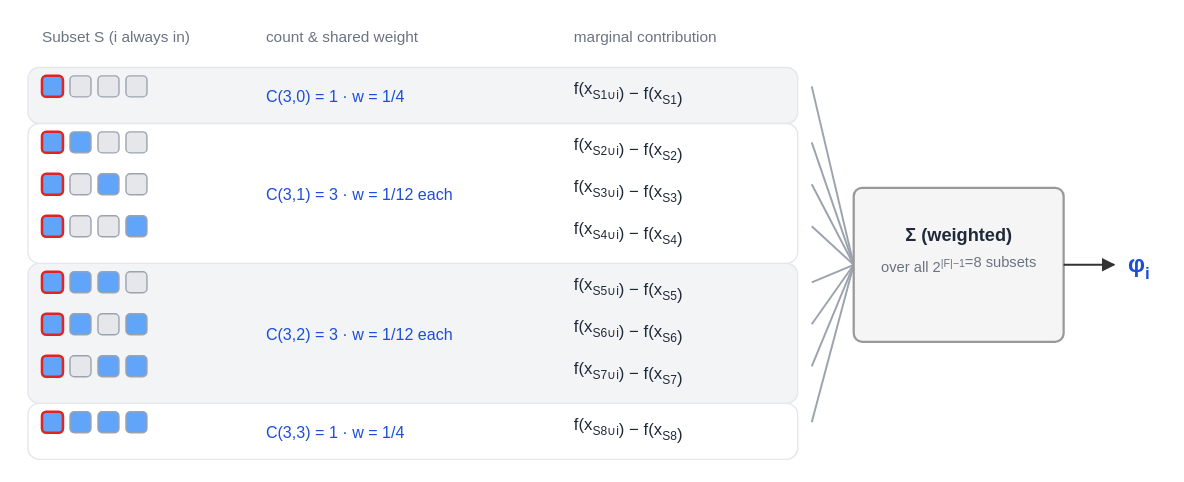
Before: posts/explaining-black-box-predictions/diagrams/shapley_sampling.drawio.svg, a diagram exported from draw.io (DMLF1/blog). Source tidied: cells renumbered, new cells last; positions are measured from the earlier drawing's top-left corner, leaving out a move shared by most shapes.
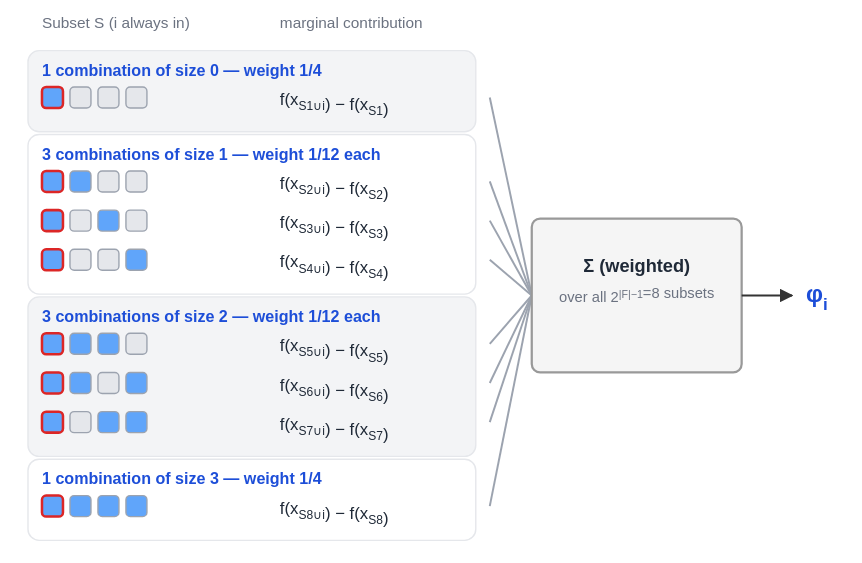
The same file after the commit.

Commit message:
Drop the sampling diagram's confusing middle column

What changed in the source:
```diff
@@ -3,223 +3,220 @@
     <mxCell id="0" />
     <mxCell id="1" parent="0" />
     <mxCell id="2" value="Subset S (i always in)" style="text;html=1;align=left;verticalAlign=middle;fontSize=11;fontColor=#6B7280;" parent="1" vertex="1">
-      <mxGeometry x="10" width="260" height="16" as="geometry" />
+      <mxGeometry x="10" y="-10" width="260" height="16" as="geometry" />
     </mxCell>
-    <mxCell id="3" value="count &amp; shared weight" style="text;html=1;align=left;verticalAlign=middle;fontSize=11;fontColor=#6B7280;" parent="1" vertex="1">
-      <mxGeometry x="170" width="260" height="16" as="geometry" />
+    <mxCell id="3" value="marginal contribution" style="text;html=1;align=left;verticalAlign=middle;fontSize=11;fontColor=#6B7280;" parent="1" vertex="1">
+      <mxGeometry x="180" y="-10" width="260" height="16" as="geometry" />
     </mxCell>
-    <mxCell id="4" value="marginal contribution" style="text;html=1;align=left;verticalAlign=middle;fontSize=11;fontColor=#6B7280;" parent="1" vertex="1">
-      <mxGeometry x="390" width="260" height="16" as="geometry" />
-    </mxCell>
     <mxCell id="5" style="rounded=1;whiteSpace=wrap;html=1;fillColor=#F3F4F6;strokeColor=#E5E7EB;" parent="1" vertex="1">
-      <mxGeometry y="34" width="550" height="40" as="geometry" />
+      <mxGeometry y="22" width="320" height="58" as="geometry" />
     </mxCell>
+    <mxCell id="66" value="1 combination of size 0 — weight 1/4" style="text;html=1;align=left;verticalAlign=middle;fontSize=11.5;fontColor=#1D4ED8;" parent="1" vertex="1">
+      <mxGeometry x="10" y="24" width="250" height="16" as="geometry" />
+    </mxCell>
     <mxCell id="6" style="rounded=1;whiteSpace=wrap;html=1;fillColor=#60A5FA;strokeColor=#DC2626;" parent="1" vertex="1">
-      <mxGeometry x="10" y="40" width="15" height="15" as="geometry" />
+      <mxGeometry x="10" y="48" width="15" height="15" as="geometry" />
     </mxCell>
     <mxCell id="7" style="rounded=1;whiteSpace=wrap;html=1;fillColor=#E5E7EB;strokeColor=#9CA3AF;" parent="1" vertex="1">
-      <mxGeometry x="30" y="40" width="15" height="15" as="geometry" />
+      <mxGeometry x="30" y="48" width="15" height="15" as="geometry" />
     </mxCell>
     <mxCell id="8" style="rounded=1;whiteSpace=wrap;html=1;fillColor=#E5E7EB;strokeColor=#9CA3AF;" parent="1" vertex="1">
-      <mxGeometry x="50" y="40" width="15" height="15" as="geometry" />
+      <mxGeometry x="50" y="48" width="15" height="15" as="geometry" />
     </mxCell>
     <mxCell id="9" style="rounded=1;whiteSpace=wrap;html=1;fillColor=#E5E7EB;strokeColor=#9CA3AF;" parent="1" vertex="1">
-      <mxGeometry x="70" y="40" width="15" height="15" as="geometry" />
+      <mxGeometry x="70" y="48" width="15" height="15" as="geometry" />
     </mxCell>
     <mxCell id="10" value="f(xS1∪i) − f(xS1)" style="text;html=1;align=left;verticalAlign=middle;fontSize=12;fontColor=#1F2937;" parent="1" vertex="1">
-      <mxGeometry x="390" y="37" width="320" height="16" as="geometry" />
+      <mxGeometry x="180" y="45" width="320" height="16" as="geometry" />
     </mxCell>
     <mxCell id="11" style="edgeStyle=none;html=1;strokeColor=#9CA3AF;strokeWidth=1.4;endArrow=none;" parent="1" edge="1">
       <mxGeometry relative="1" as="geometry">
-        <mxPoint x="560" y="47.5" as="sourcePoint" />
-        <mxPoint x="590" y="175" as="targetPoint" />
+        <mxPoint x="330" y="55.5" as="sourcePoint" />
+        <mxPoint x="360" y="197" as="targetPoint" />
       </mxGeometry>
     </mxCell>
-    <mxCell id="12" value="C(3,0) = 1 · w = 1/4" style="text;html=1;align=left;verticalAlign=middle;fontSize=11.5;fontColor=#1D4ED8;" parent="1" vertex="1">
-      <mxGeometry x="170" y="43" width="180" height="16" as="geometry" />
-    </mxCell>
     <mxCell id="13" style="rounded=1;whiteSpace=wrap;html=1;fillColor=#FFFFFF;strokeColor=#E5E7EB;" parent="1" vertex="1">
-      <mxGeometry y="74" width="550" height="100" as="geometry" />
+      <mxGeometry y="82" width="320" height="114" as="geometry" />
     </mxCell>
+    <mxCell id="67" value="3 combinations of size 1 — weight 1/12 each" style="text;html=1;align=left;verticalAlign=middle;fontSize=11.5;fontColor=#1D4ED8;" parent="1" vertex="1">
+      <mxGeometry x="10" y="84" width="250" height="16" as="geometry" />
+    </mxCell>
     <mxCell id="14" style="rounded=1;whiteSpace=wrap;html=1;fillColor=#60A5FA;strokeColor=#DC2626;" parent="1" vertex="1">
-      <mxGeometry x="10" y="80" width="15" height="15" as="geometry" />
+      <mxGeometry x="10" y="108" width="15" height="15" as="geometry" />
     </mxCell>
     <mxCell id="15" style="rounded=1;whiteSpace=wrap;html=1;fillColor=#60A5FA;strokeColor=#9CA3AF;" parent="1" vertex="1">
-      <mxGeometry x="30" y="80" width="15" height="15" as="geometry" />
+      <mxGeometry x="30" y="108" width="15" height="15" as="geometry" />
     </mxCell>
     <mxCell id="16" style="rounded=1;whiteSpace=wrap;html=1;fillColor=#E5E7EB;strokeColor=#9CA3AF;" parent="1" vertex="1">
-      <mxGeometry x="50" y="80" width="15" height="15" as="geometry" />
+      <mxGeometry x="50" y="108" width="15" height="15" as="geometry" />
     </mxCell>
     <mxCell id="17" style="rounded=1;whiteSpace=wrap;html=1;fillColor=#E5E7EB;strokeColor=#9CA3AF;" parent="1" vertex="1">
-      <mxGeometry x="70" y="80" width="15" height="15" as="geometry" />
+      <mxGeometry x="70" y="108" width="15" height="15" as="geometry" />
     </mxCell>
     <mxCell id="18" value="f(xS2∪i) − f(xS2)" style="text;html=1;align=left;verticalAlign=middle;fontSize=12;fontColor=#1F2937;" parent="1" vertex="1">
-      <mxGeometry x="390" y="77" width="320" height="16" as="geometry" />
+      <mxGeometry x="180" y="105" width="320" height="16" as="geometry" />
     </mxCell>
     <mxCell id="19" style="edgeStyle=none;html=1;strokeColor=#9CA3AF;strokeWidth=1.4;endArrow=none;" parent="1" edge="1">
       <mxGeometry relative="1" as="geometry">
-        <mxPoint x="560" y="87.5" as="sourcePoint" />
-        <mxPoint x="590" y="175" as="targetPoint" />
+        <mxPoint x="330" y="115.5" as="sourcePoint" />
+        <mxPoint x="360" y="197" as="targetPoint" />
       </mxGeometry>
     </mxCell>
     <mxCell id="20" style="rounded=1;whiteSpace=wrap;html=1;fillColor=#60A5FA;strokeColor=#DC2626;" parent="1" vertex="1">
-      <mxGeometry x="10" y="110" width="15" height="15" as="geometry" />
+      <mxGeometry x="10" y="136" width="15" height="15" as="geometry" />
     </mxCell>
     <mxCell id="21" style="rounded=1;whiteSpace=wrap;html=1;fillColor=#E5E7EB;strokeColor=#9CA3AF;" parent="1" vertex="1">
-      <mxGeometry x="30" y="110" width="15" height="15" as="geometry" />
+      <mxGeometry x="30" y="136" width="15" height="15" as="geometry" />
     </mxCell>
     <mxCell id="22" style="rounded=1;whiteSpace=wrap;html=1;fillColor=#60A5FA;strokeColor=#9CA3AF;" parent="1" vertex="1">
-      <mxGeometry x="50" y="110" width="15" height="15" as="geometry" />
+      <mxGeometry x="50" y="136" width="15" height="15" as="geometry" />
     </mxCell>
     <mxCell id="23" style="rounded=1;whiteSpace=wrap;html=1;fillColor=#E5E7EB;strokeColor=#9CA3AF;" parent="1" vertex="1">
-      <mxGeometry x="70" y="110" width="15" height="15" as="geometry" />
+      <mxGeometry x="70" y="136" width="15" height="15" as="geometry" />
     </mxCell>
     <mxCell id="24" value="f(xS3∪i) − f(xS3)" style="text;html=1;align=left;verticalAlign=middle;fontSize=12;fontColor=#1F2937;" parent="1" vertex="1">
-      <mxGeometry x="390" y="107" width="320" height="16" as="geometry" />
+      <mxGeometry x="180" y="133" width="320" height="16" as="geometry" />
     </mxCell>
     <mxCell id="25" style="edgeStyle=none;html=1;strokeColor=#9CA3AF;strokeWidth=1.4;endArrow=none;" parent="1" edge="1">
       <mxGeometry relative="1" as="geometry">
-        <mxPoint x="560" y="117.5" as="sourcePoint" />
-        <mxPoint x="590" y="175" as="targetPoint" />
+        <mxPoint x="330" y="143.5" as="sourcePoint" />
+        <mxPoint x="360" y="197" as="targetPoint" />
       </mxGeometry>
     </mxCell>
     <mxCell id="26" style="rounded=1;whiteSpace=wrap;html=1;fillColor=#60A5FA;strokeColor=#DC2626;" parent="1" vertex="1">
-      <mxGeometry x="10" y="140" width="15" height="15" as="geometry" />
+      <mxGeometry x="10" y="164" width="15" height="15" as="geometry" />
     </mxCell>
     <mxCell id="27" style="rounded=1;whiteSpace=wrap;html=1;fillColor=#E5E7EB;strokeColor=#9CA3AF;" parent="1" vertex="1">
-      <mxGeometry x="30" y="140" width="15" height="15" as="geometry" />
+      <mxGeometry x="30" y="164" width="15" height="15" as="geometry" />
     </mxCell>
     <mxCell id="28" style="rounded=1;whiteSpace=wrap;html=1;fillColor=#E5E7EB;strokeColor=#9CA3AF;" parent="1" vertex="1">
-      <mxGeometry x="50" y="140" width="15" height="15" as="geometry" />
+      <mxGeometry x="50" y="164" width="15" height="15" as="geometry" />
     </mxCell>
     <mxCell id="29" style="rounded=1;whiteSpace=wrap;html=1;fillColor=#60A5FA;strokeColor=#9CA3AF;" parent="1" vertex="1">
-      <mxGeometry x="70" y="140" width="15" height="15" as="geometry" />
+      <mxGeometry x="70" y="164" width="15" height="15" as="geometry" />
     </mxCell>
     <mxCell id="30" value="f(xS4∪i) − f(xS4)" style="text;html=1;align=left;verticalAlign=middle;fontSize=12;fontColor=#1F2937;" parent="1" vertex="1">
-      <mxGeometry x="390" y="137" width="320" height="16" as="geometry" />
+      <mxGeometry x="180" y="161" width="320" height="16" as="geometry" />
     </mxCell>
     <mxCell id="31" style="edgeStyle=none;html=1;strokeColor=#9CA3AF;strokeWidth=1.4;endArrow=none;" parent="1" edge="1">
       <mxGeometry relative="1" as="geometry">
-        <mxPoint x="560" y="147.5" as="sourcePoint" />
-        <mxPoint x="590" y="175" as="targetPoint" />
+        <mxPoint x="330" y="171.5" as="sourcePoint" />
+        <mxPoint x="360" y="197" as="targetPoint" />
       </mxGeometry>
     </mxCell>
-    <mxCell id="32" value="C(3,1) = 3 · w = 1/12 each" style="text;html=1;align=left;verticalAlign=middle;fontSize=11.5;fontColor=#1D4ED8;" parent="1" vertex="1">
-      <mxGeometry x="170" y="113" width="180" height="16" as="geometry" />
-    </mxCell>
     <mxCell id="33" style="rounded=1;whiteSpace=wrap;html=1;fillColor=#F3F4F6;strokeColor=#E5E7EB;" parent="1" vertex="1">
-      <mxGeometry y="174" width="550" height="100" as="geometry" />
+      <mxGeometry y="198" width="320" height="114" as="geometry" />
     </mxCell>
+    <mxCell id="68" value="3 combinations of size 2 — weight 1/12 each" style="text;html=1;align=left;verticalAlign=middle;fontSize=11.5;fontColor=#1D4ED8;" parent="1" vertex="1">
+      <mxGeometry x="10" y="200" width="250" height="16" as="geometry" />
+    </mxCell>
     <mxCell id="34" style="rounded=1;whiteSpace=wrap;html=1;fillColor=#60A5FA;strokeColor=#DC2626;" parent="1" vertex="1">
-      <mxGeometry x="10" y="180" width="15" height="15" as="geometry" />
+      <mxGeometry x="10" y="224" width="15" height="15" as="geometry" />
     </mxCell>
     <mxCell id="35" style="rounded=1;whiteSpace=wrap;html=1;fillColor=#60A5FA;strokeColor=#9CA3AF;" parent="1" vertex="1">
-      <mxGeometry x="30" y="180" width="15" height="15" as="geometry" />
+      <mxGeometry x="30" y="224" width="15" height="15" as="geometry" />
     </mxCell>
     <mxCell id="36" style="rounded=1;whiteSpace=wrap;html=1;fillColor=#60A5FA;strokeColor=#9CA3AF;" parent="1" vertex="1">
-      <mxGeometry x="50" y="180" width="15" height="15" as="geometry" />
+      <mxGeometry x="50" y="224" width="15" height="15" as="geometry" />
     </mxCell>
     <mxCell id="37" style="rounded=1;whiteSpace=wrap;html=1;fillColor=#E5E7EB;strokeColor=#9CA3AF;" parent="1" vertex="1">
-      <mxGeometry x="70" y="180" width="15" height="15" as="geometry" />
+      <mxGeometry x="70" y="224" width="15" height="15" as="geometry" />
     </mxCell>
     <mxCell id="38" value="f(xS5∪i) − f(xS5)" style="text;html=1;align=left;verticalAlign=middle;fontSize=12;fontColor=#1F2937;" parent="1" vertex="1">
-      <mxGeometry x="390" y="177" width="320" height="16" as="geometry" />
+      <mxGeometry x="180" y="221" width="320" height="16" as="geometry" />
     </mxCell>
     <mxCell id="39" style="edgeStyle=none;html=1;strokeColor=#9CA3AF;strokeWidth=1.4;endArrow=none;" parent="1" edge="1">
       <mxGeometry relative="1" as="geometry">
-        <mxPoint x="560" y="187.5" as="sourcePoint" />
-        <mxPoint x="590" y="175" as="targetPoint" />
+        <mxPoint x="330" y="231.5" as="sourcePoint" />
+        <mxPoint x="360" y="197" as="targetPoint" />
       </mxGeometry>
     </mxCell>
     <mxCell id="40" style="rounded=1;whiteSpace=wrap;html=1;fillColor=#60A5FA;strokeColor=#DC2626;" parent="1" vertex="1">
-      <mxGeometry x="10" y="210" width="15" height="15" as="geometry" />
+      <mxGeometry x="10" y="252" width="15" height="15" as="geometry" />
     </mxCell>
     <mxCell id="41" style="rounded=1;whiteSpace=wrap;html=1;fillColor=#60A5FA;strokeColor=#9CA3AF;" parent="1" vertex="1">
-      <mxGeometry x="30" y="210" width="15" height="15" as="geometry" />
+      <mxGeometry x="30" y="252" width="15" height="15" as="geometry" />
     </mxCell>
     <mxCell id="42" style="rounded=1;whiteSpace=wrap;html=1;fillColor=#E5E7EB;strokeColor=#9CA3AF;" parent="1" vertex="1">
-      <mxGeometry x="50" y="210" width="15" height="15" as="geometry" />
+      <mxGeometry x="50" y="252" width="15" height="15" as="geometry" />
     </mxCell>
     <mxCell id="43" style="rounded=1;whiteSpace=wrap;html=1;fillColor=#60A5FA;strokeColor=#9CA3AF;" parent="1" vertex="1">
-      <mxGeometry x="70" y="210" width="15" height="15" as="geometry" />
+      <mxGeometry x="70" y="252" width="15" height="15" as="geometry" />
     </mxCell>
     <mxCell id="44" value="f(xS6∪i) − f(xS6)" style="text;html=1;align=left;verticalAlign=middle;fontSize=12;fontColor=#1F2937;" parent="1" vertex="1">
-      <mxGeometry x="390" y="207" width="320" height="16" as="geometry" />
+      <mxGeometry x="180" y="249" width="320" height="16" as="geometry" />
     </mxCell>
     <mxCell id="45" style="edgeStyle=none;html=1;strokeColor=#9CA3AF;strokeWidth=1.4;endArrow=none;" parent="1" edge="1">
       <mxGeometry relative="1" as="geometry">
-        <mxPoint x="560" y="217.5" as="sourcePoint" />
-        <mxPoint x="590" y="175" as="targetPoint" />
+        <mxPoint x="330" y="259.5" as="sourcePoint" />
+        <mxPoint x="360" y="197" as="targetPoint" />
       </mxGeometry>
     </mxCell>
     <mxCell id="46" style="rounded=1;whiteSpace=wrap;html=1;fillColor=#60A5FA;strokeColor=#DC2626;" parent="1" vertex="1">
-      <mxGeometry x="10" y="240" width="15" height="15" as="geometry" />
+      <mxGeometry x="10" y="280" width="15" height="15" as="geometry" />
     </mxCell>
     <mxCell id="47" style="rounded=1;whiteSpace=wrap;html=1;fillColor=#E5E7EB;strokeColor=#9CA3AF;" parent="1" vertex="1">
-      <mxGeometry x="30" y="240" width="15" height="15" as="geometry" />
+      <mxGeometry x="30" y="280" width="15" height="15" as="geometry" />
     </mxCell>
     <mxCell id="48" style="rounded=1;whiteSpace=wrap;html=1;fillColor=#60A5FA;strokeColor=#9CA3AF;" parent="1" vertex="1">
-      <mxGeometry x="50" y="240" width="15" height="15" as="geometry" />
+      <mxGeometry x="50" y="280" width="15" height="15" as="geometry" />
     </mxCell>
     <mxCell id="49" style="rounded=1;whiteSpace=wrap;html=1;fillColor=#60A5FA;strokeColor=#9CA3AF;" parent="1" vertex="1">
-      <mxGeometry x="70" y="240" width="15" height="15" as="geometry" />
+      <mxGeometry x="70" y="280" width="15" height="15" as="geometry" />
     </mxCell>
     <mxCell id="50" value="f(xS7∪i) − f(xS7)" style="text;html=1;align=left;verticalAlign=middle;fontSize=12;fontColor=#1F2937;" parent="1" vertex="1">
-      <mxGeometry x="390" y="237" width="320" height="16" as="geometry" />
+      <mxGeometry x="180" y="277" width="320" height="16" as="geometry" />
     </mxCell>
     <mxCell id="51" style="edgeStyle=none;html=1;strokeColor=#9CA3AF;strokeWidth=1.4;endArrow=none;" parent="1" edge="1">
       <mxGeometry relative="1" as="geometry">
-        <mxPoint x="560" y="247.5" as="sourcePoint" />
-        <mxPoint x="590" y="175" as="targetPoint" />
+        <mxPoint x="330" y="287.5" as="sourcePoint" />
+        <mxPoint x="360" y="197" as="targetPoint" />
       </mxGeometry>
     </mxCell>
-    <mxCell id="52" value="C(3,2) = 3 · w = 1/12 each" style="text;html=1;align=left;verticalAlign=middle;fontSize=11.5;fontColor=#1D4ED8;" parent="1" vertex="1">
-      <mxGeometry x="170" y="213" width="180" height="16" as="geometry" />
-    </mxCell>
     <mxCell id="53" style="rounded=1;whiteSpace=wrap;html=1;fillColor=#FFFFFF;strokeColor=#E5E7EB;" parent="1" vertex="1">
-      <mxGeometry y="274" width="550" height="40" as="geometry" />
+      <mxGeometry y="314" width="320" height="58" as="geometry" />
     </mxCell>
+    <mxCell id="69" value="1 combination of size 3 — weight 1/4" style="text;html=1;align=left;verticalAlign=middle;fontSize=11.5;fontColor=#1D4ED8;" parent="1" vertex="1">
+      <mxGeometry x="10" y="316" width="250" height="16" as="geometry" />
+    </mxCell>
     <mxCell id="54" style="rounded=1;whiteSpace=wrap;html=1;fillColor=#60A5FA;strokeColor=#DC2626;" parent="1" vertex="1">
-      <mxGeometry x="10" y="280" width="15" height="15" as="geometry" />
+      <mxGeometry x="10" y="340" width="15" height="15" as="geometry" />
     </mxCell>
     <mxCell id="55" style="rounded=1;whiteSpace=wrap;html=1;fillColor=#60A5FA;strokeColor=#9CA3AF;" parent="1" vertex="1">
-      <mxGeometry x="30" y="280" width="15" height="15" as="geometry" />
+      <mxGeometry x="30" y="340" width="15" height="15" as="geometry" />
     </mxCell>
     <mxCell id="56" style="rounded=1;whiteSpace=wrap;html=1;fillColor=#60A5FA;strokeColor=#9CA3AF;" parent="1" vertex="1">
-      <mxGeometry x="50" y="280" width="15" height="15" as="geometry" />
+      <mxGeometry x="50" y="340" width="15" height="15" as="geometry" />
     </mxCell>
     <mxCell id="57" style="rounded=1;whiteSpace=wrap;html=1;fillColor=#60A5FA;strokeColor=#9CA3AF;" parent="1" vertex="1">
-      <mxGeometry x="70" y="280" width="15" height="15" as="geometry" />
+      <mxGeometry x="70" y="340" width="15" height="15" as="geometry" />
     </mxCell>
     <mxCell id="58" value="f(xS8∪i) − f(xS8)" style="text;html=1;align=left;verticalAlign=middle;fontSize=12;fontColor=#1F2937;" parent="1" vertex="1">
-      <mxGeometry x="390" y="277" width="320" height="16" as="geometry" />
+      <mxGeometry x="180" y="337" width="320" height="16" as="geometry" />
     </mxCell>
     <mxCell id="59" style="edgeStyle=none;html=1;strokeColor=#9CA3AF;strokeWidth=1.4;endArrow=none;" parent="1" edge="1">
       <mxGeometry relative="1" as="geometry">
-        <mxPoint x="560" y="287.5" as="sourcePoint" />
-        <mxPoint x="590" y="175" as="targetPoint" />
+        <mxPoint x="330" y="347.5" as="sourcePoint" />
+        <mxPoint x="360" y="197" as="targetPoint" />
       </mxGeometry>
     </mxCell>
-    <mxCell id="60" value="C(3,3) = 1 · w = 1/4" style="text;html=1;align=left;verticalAlign=middle;fontSize=11.5;fontColor=#1D4ED8;" parent="1" vertex="1">
-      <mxGeometry x="170" y="283" width="180" height="16" as="geometry" />
-    </mxCell>
     <mxCell id="61" style="rounded=1;whiteSpace=wrap;html=1;fillColor=#F5F5F5;strokeColor=#999999;" parent="1" vertex="1">
-      <mxGeometry x="590" y="120" width="150" height="110" as="geometry" />
+      <mxGeometry x="360" y="142" width="150" height="110" as="geometry" />
     </mxCell>
     <mxCell id="62" value="Σ (weighted)" style="text;html=1;align=middle;verticalAlign=middle;fontSize=13;fontColor=#1F2937;" parent="1" vertex="1">
-      <mxGeometry x="535" y="142" width="260" height="16" as="geometry" />
+      <mxGeometry x="305" y="164" width="260" height="16" as="geometry" />
     </mxCell>
     <mxCell id="63" value="over all 2|F|−1=8 subsets" style="text;html=1;align=middle;verticalAlign=middle;fontSize=10.5;fontColor=#6B7280;" parent="1" vertex="1">
-      <mxGeometry x="595" y="164" width="140" height="16" as="geometry" />
+      <mxGeometry x="365" y="186" width="140" height="16" as="geometry" />
     </mxCell>
     <mxCell id="64" style="edgeStyle=none;html=1;strokeColor=#333333;strokeWidth=1.4;endArrow=block;endSize=6;" parent="1" edge="1">
       <mxGeometry relative="1" as="geometry">
-        <mxPoint x="740" y="175" as="sourcePoint" />
-        <mxPoint x="776" y="175" as="targetPoint" />
+        <mxPoint x="510" y="197" as="sourcePoint" />
+        <mxPoint x="546" y="197" as="targetPoint" />
       </mxGeometry>
     </mxCell>
     <mxCell id="65" value="φi" style="text;html=1;align=left;verticalAlign=middle;fontSize=17;fontColor=#1D4ED8;" parent="1" vertex="1">
-      <mxGeometry x="786" y="164" width="36" height="16" as="geometry" />
+      <mxGeometry x="556" y="186" width="36" height="16" as="geometry" />
     </mxCell>
   </root>
 </mxGraphModel>
```
